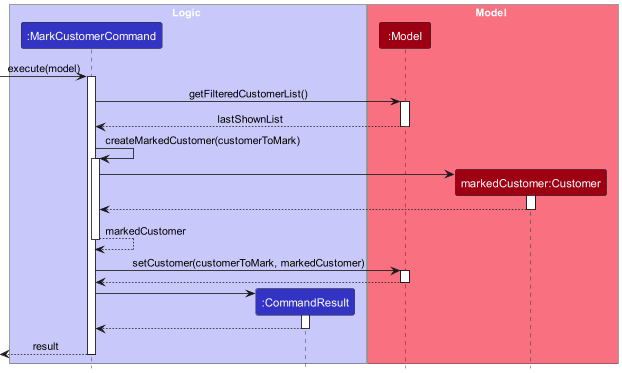
The PlantUML diagram docs/images/MarkCustomerSequenceDiagram.png in nus-cs2103-AY2223S2/tp, before a commit. Its diagram source:
```plantuml
@startuml
!include style.puml

box Logic LOGIC_COLOR_T1
participant ":MarkCustomerCommand" as MarkCustomerCommand LOGIC_COLOR
participant ":CommandResult" as CommandResult LOGIC_COLOR
end box

box Model MODEL_COLOR_T1
participant ":Model" as Model MODEL_COLOR
participant "markedCustomer:Customer" as MarkedCustomer MODEL_COLOR
end box

[-> MarkCustomerCommand : execute(model)
activate MarkCustomerCommand

MarkCustomerCommand -> Model : getFilteredCustomerList()
activate Model

Model --> MarkCustomerCommand : lastShownList
deactivate Model

MarkCustomerCommand -> MarkCustomerCommand : createMarkedCustomer(customerToMark)
activate MarkCustomerCommand

create MarkedCustomer
MarkCustomerCommand -> MarkedCustomer
activate MarkedCustomer

MarkCustomerCommand <-- MarkedCustomer
deactivate MarkedCustomer

MarkCustomerCommand --> MarkCustomerCommand : markedCustomer
deactivate MarkCustomerCommand

MarkCustomerCommand -> Model : setCustomer(customerToMark, markedCustomer)
activate Model

Model --> MarkCustomerCommand
deactivate Model

create CommandResult
MarkCustomerCommand -> CommandResult
activate CommandResult

CommandResult --> MarkCustomerCommand
deactivate CommandResult

[<-- MarkCustomerCommand : result
deactivate MarkCustomerCommand

@enduml
```
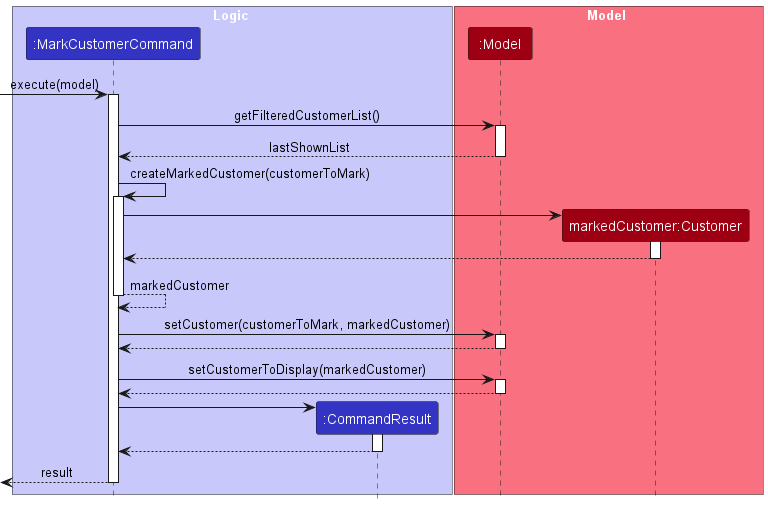
Above is the later version.

Commit message:
chore: Update mark customer seq diagram

The edit, as a diff of the source:
```diff
@@ -39,6 +39,12 @@
 Model --> MarkCustomerCommand
 deactivate Model
 
+MarkCustomerCommand -> Model : setCustomerToDisplay(markedCustomer)
+activate Model
+
+Model --> MarkCustomerCommand
+deactivate Model
+
 create CommandResult
 MarkCustomerCommand -> CommandResult
 activate CommandResult
```
